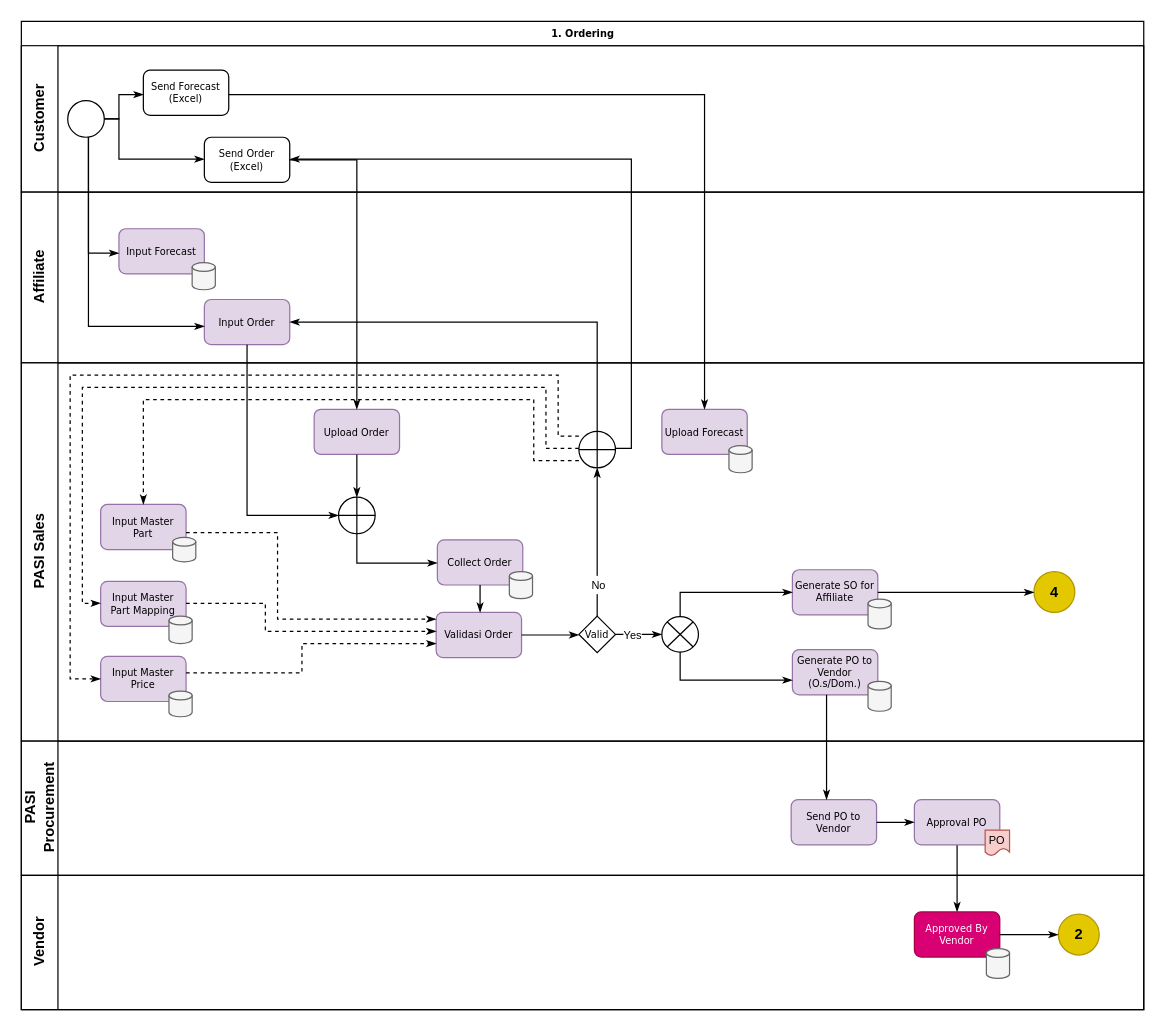
Before: page "1. Ordering" (2 of 8) of PASI - PPS.drawio in hendrasaputra0501/pasi-bpa, a draw.io diagram. Source tidied: cells renumbered, new cells numbered last; positions are measured from the earlier drawing's top-left corner, leaving out a move shared by most shapes. Both pictures are drawn from the tidied source at 122%, with x=0, y=0 at pixel (21, 21).
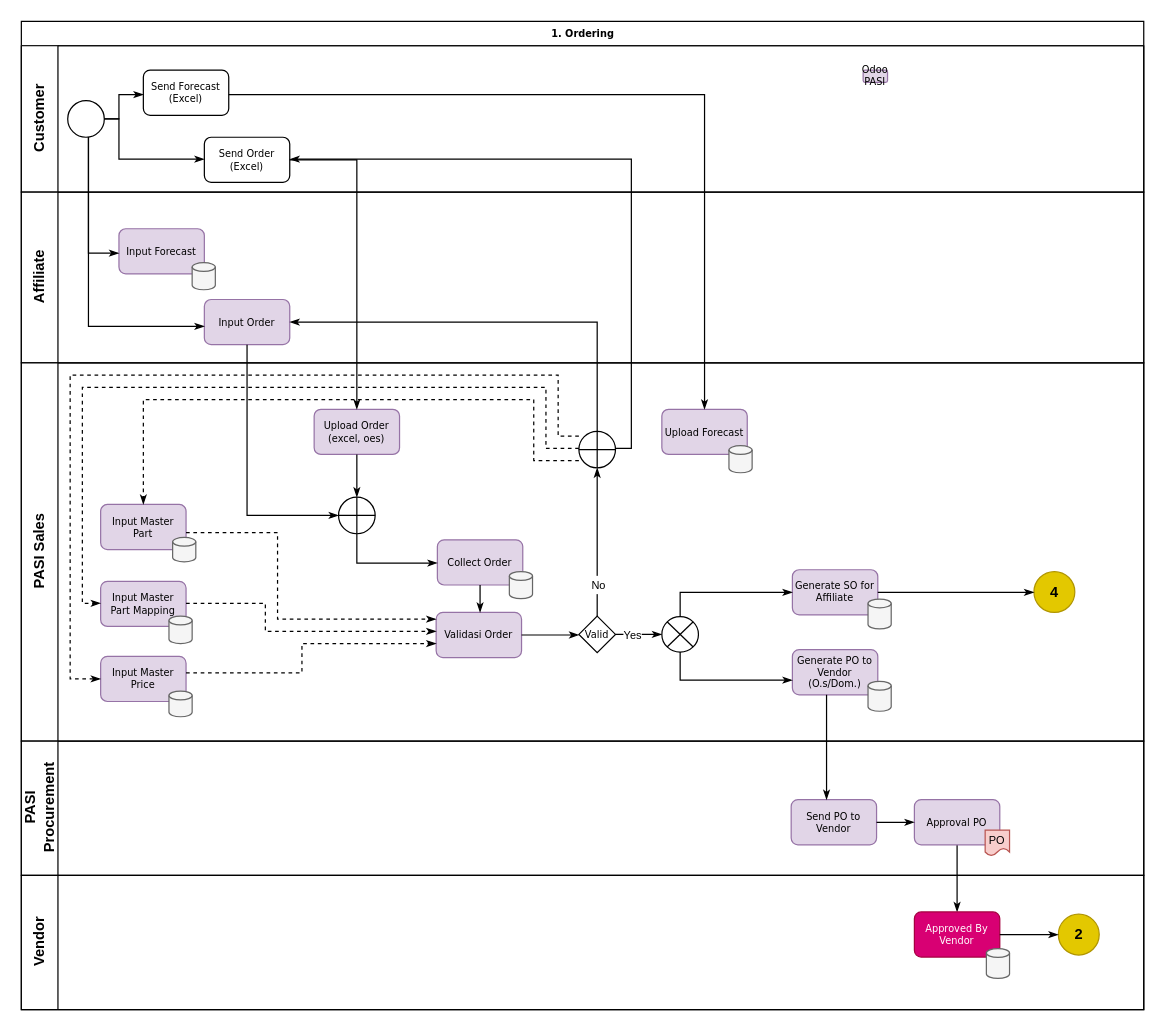
The same diagram, later.

Unchanged cells that the change refers to:
```xml
<mxCell id="3" value="Customer" style="swimlane;html=1;startSize=30;horizontal=0;" parent="2" vertex="1">
  <mxGeometry y="20" width="920" height="120" as="geometry" />
</mxCell>
<mxCell id="18" value="PASI Sales" style="swimlane;html=1;startSize=30;horizontal=0;" parent="2" vertex="1">
  <mxGeometry y="280" width="920" height="310" as="geometry" />
</mxCell>
```

What changed in the source:
```diff
@@
+    <mxCell id="71" value="Odoo PASI" style="rounded=1;whiteSpace=wrap;html=1;shadow=0;strokeColor=#9673a6;strokeWidth=1;align=center;verticalAlign=middle;fontFamily=Verdana;fontSize=8;fontColor=default;labelBackgroundColor=none;fillColor=#e1d5e7;" parent="3" vertex="1">
+      <mxGeometry x="690" y="20" width="20" height="10" as="geometry" />
+    </mxCell>
@@
-    <mxCell id="42" value="Upload Order" style="rounded=1;whiteSpace=wrap;html=1;shadow=0;labelBackgroundColor=none;strokeWidth=1;fontFamily=Verdana;fontSize=8;align=center;fillColor=#e1d5e7;strokeColor=#9673a6;" parent="18" vertex="1">
+    <mxCell id="42" value="Upload Order&lt;div&gt;(excel, oes)&lt;/div&gt;" style="rounded=1;whiteSpace=wrap;html=1;shadow=0;labelBackgroundColor=none;strokeWidth=1;fontFamily=Verdana;fontSize=8;align=center;fillColor=#e1d5e7;strokeColor=#9673a6;" parent="18" vertex="1">
       <mxGeometry x="240" y="38" width="70" height="37" as="geometry" />
     </mxCell>
```
